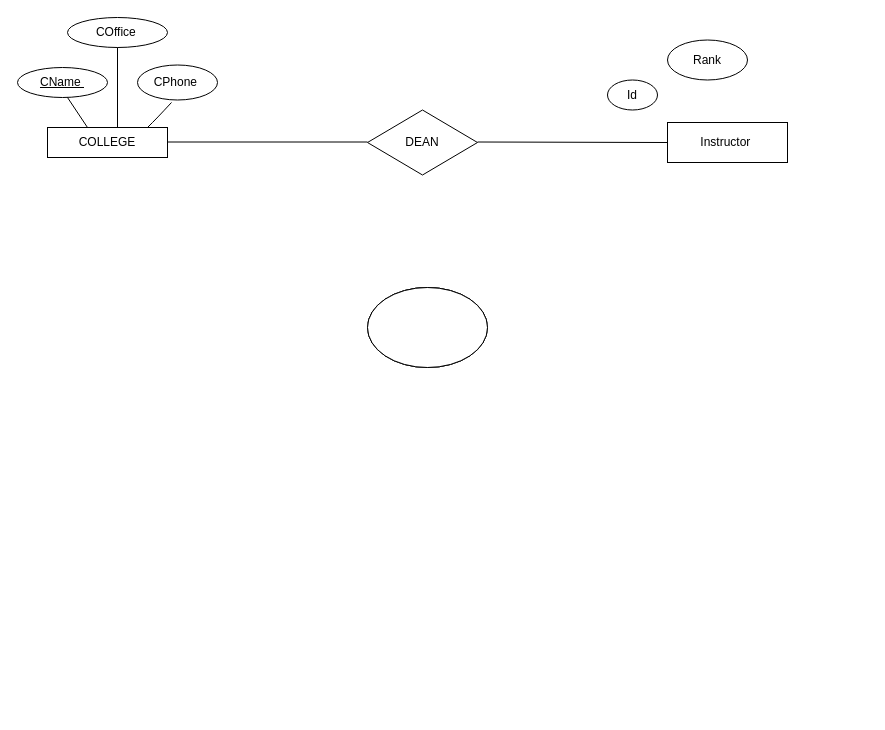
Before: Untitled Diagram.drawio in Nick0422/portfolio, a draw.io diagram. Source tidied: cells renumbered, new cells numbered last; positions are measured from the earlier drawing's top-left corner, leaving out a move shared by most shapes. Both pictures are drawn from the tidied source at 100%, with x=0, y=0 at pixel (17, 17).
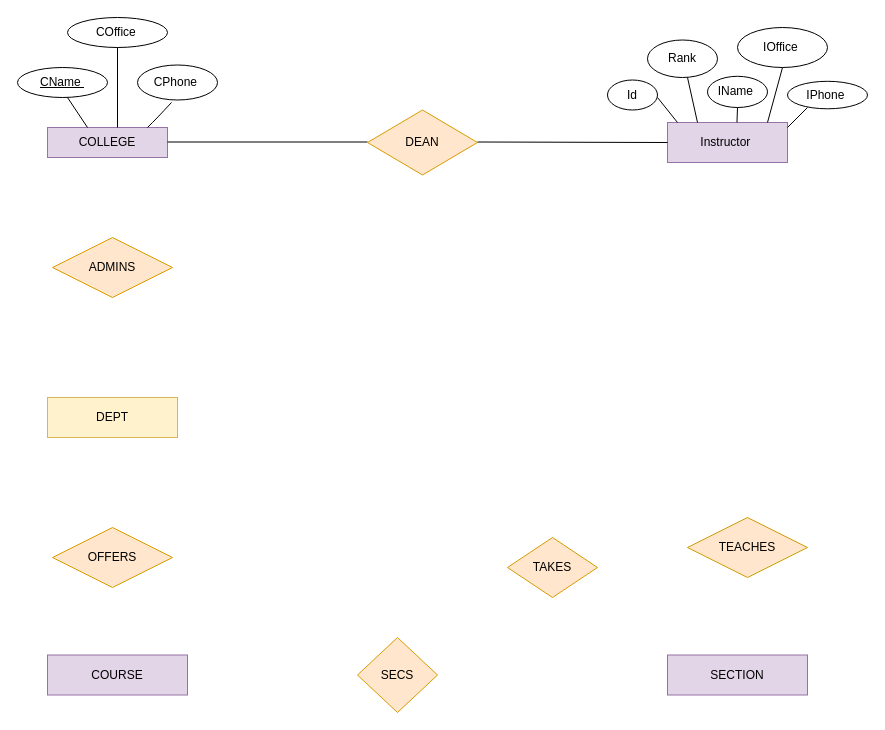
After the change.

What changed in the source:
```diff
@@
-    <mxCell id="6" value="COLLEGE" style="rounded=0;whiteSpace=wrap;html=1;" parent="1" vertex="1">
+    <mxCell id="6" value="COLLEGE" style="rounded=0;whiteSpace=wrap;html=1;fillColor=#e1d5e7;strokeColor=#9673a6;" parent="1" vertex="1">
       <mxGeometry x="30" y="110" width="120" height="30" as="geometry" />
     </mxCell>
@@
-    <mxCell id="11" value="DEAN" style="rhombus;whiteSpace=wrap;html=1;" parent="1" vertex="1">
+    <mxCell id="11" value="DEAN" style="rhombus;whiteSpace=wrap;html=1;fillColor=#ffe6cc;strokeColor=#d79b00;" parent="1" vertex="1">
       <mxGeometry x="350" y="92.5" width="110" height="65" as="geometry" />
     </mxCell>
-    <mxCell id="12" value="Instructor&amp;nbsp;" style="rounded=0;whiteSpace=wrap;html=1;" parent="1" vertex="1">
+    <mxCell id="12" value="Instructor&amp;nbsp;" style="rounded=0;whiteSpace=wrap;html=1;fillColor=#e1d5e7;strokeColor=#9673a6;" parent="1" vertex="1">
       <mxGeometry x="650" y="105" width="120" height="40" as="geometry" />
     </mxCell>
@@
-    <mxCell id="14" style="ellipse;whiteSpace=wrap;html=1;" parent="1" vertex="1">
-      <mxGeometry x="350" y="270" width="120" height="80" as="geometry" />
+    <mxCell id="14" value="IPhone&amp;nbsp;" style="ellipse;whiteSpace=wrap;html=1;" parent="1" vertex="1">
+      <mxGeometry x="770" y="63.8" width="80" height="27.5" as="geometry" />
     </mxCell>
-    <mxCell id="15" style="ellipse;whiteSpace=wrap;html=1;" parent="1" vertex="1">
-      <mxGeometry x="350" y="270" width="120" height="80" as="geometry" />
+    <mxCell id="15" value="IOffice&amp;nbsp;" style="ellipse;whiteSpace=wrap;html=1;" parent="1" vertex="1">
+      <mxGeometry x="720" y="10" width="90" height="40" as="geometry" />
     </mxCell>
-    <mxCell id="16" style="ellipse;whiteSpace=wrap;html=1;" parent="1" vertex="1">
-      <mxGeometry x="350" y="270" width="120" height="80" as="geometry" />
+    <mxCell id="16" value="IName&amp;nbsp;" style="ellipse;whiteSpace=wrap;html=1;" parent="1" vertex="1">
+      <mxGeometry x="690" y="58.8" width="60" height="31.2" as="geometry" />
     </mxCell>
     <mxCell id="17" value="Rank" style="ellipse;whiteSpace=wrap;html=1;" parent="1" vertex="1">
-      <mxGeometry x="650" y="22.5" width="80" height="40" as="geometry" />
+      <mxGeometry x="630" y="22.5" width="70" height="37.5" as="geometry" />
     </mxCell>
@@
+    <mxCell id="19" style="endArrow=none;html=1;" parent="1" edge="1">
+      <mxGeometry relative="1" as="geometry">
+        <mxPoint x="770" y="110" as="sourcePoint" />
+        <mxPoint x="790" y="90" as="targetPoint" />
+      </mxGeometry>
+    </mxCell>
+    <mxCell id="20" style="endArrow=none;html=1;exitX=0.25;exitY=0;exitDx=0;exitDy=0;" parent="1" edge="1" source="12">
+      <mxGeometry relative="1" as="geometry">
+        <mxPoint x="670" y="60" as="targetPoint" />
+      </mxGeometry>
+    </mxCell>
+    <mxCell id="21" style="endArrow=none;html=1;" parent="1" edge="1">
+      <mxGeometry relative="1" as="geometry">
+        <mxPoint x="660" y="105" as="sourcePoint" />
+        <mxPoint x="640" y="80" as="targetPoint" />
+      </mxGeometry>
+    </mxCell>
+    <mxCell id="22" style="endArrow=none;html=1;exitX=0.579;exitY=-0.003;exitDx=0;exitDy=0;exitPerimeter=0;" parent="1" edge="1" source="12">
+      <mxGeometry relative="1" as="geometry">
+        <mxPoint x="720" y="90" as="targetPoint" />
+      </mxGeometry>
+    </mxCell>
+    <mxCell id="23" style="endArrow=none;html=1;entryX=0.5;entryY=1;entryDx=0;entryDy=0;" parent="1" edge="1" target="15">
+      <mxGeometry relative="1" as="geometry">
+        <mxPoint x="750" y="105" as="sourcePoint" />
+      </mxGeometry>
+    </mxCell>
+    <mxCell id="24" value="ADMINS" style="shape=rhombus;perimeter=rhombusPerimeter;whiteSpace=wrap;html=1;align=center;fillColor=#ffe6cc;strokeColor=#d79b00;" parent="1" vertex="1">
+      <mxGeometry x="35" y="220" width="120" height="60" as="geometry" />
+    </mxCell>
+    <mxCell id="25" value="TEACHES" style="shape=rhombus;perimeter=rhombusPerimeter;whiteSpace=wrap;html=1;align=center;fillColor=#ffe6cc;strokeColor=#d79b00;" parent="1" vertex="1">
+      <mxGeometry x="670" y="500" width="120" height="60" as="geometry" />
+    </mxCell>
+    <mxCell id="26" value="OFFERS" style="shape=rhombus;perimeter=rhombusPerimeter;whiteSpace=wrap;html=1;align=center;fillColor=#ffe6cc;strokeColor=#d79b00;" parent="1" vertex="1">
+      <mxGeometry x="35" y="510" width="120" height="60" as="geometry" />
+    </mxCell>
+    <mxCell id="27" value="DEPT" style="rounded=0;whiteSpace=wrap;html=1;fillColor=#fff2cc;strokeColor=#d6b656;" parent="1" vertex="1">
+      <mxGeometry x="30" y="380" width="130" height="40" as="geometry" />
+    </mxCell>
+    <mxCell id="28" value="SECS" style="rhombus;whiteSpace=wrap;html=1;rotation=0;fillColor=#ffe6cc;strokeColor=#d79b00;" parent="1" vertex="1">
+      <mxGeometry x="340" y="620" width="80" height="75" as="geometry" />
+    </mxCell>
+    <mxCell id="29" value="COURSE" style="rounded=0;whiteSpace=wrap;html=1;fillColor=#e1d5e7;strokeColor=#9673a6;" parent="1" vertex="1">
+      <mxGeometry x="30" y="637.5" width="140" height="40" as="geometry" />
+    </mxCell>
+    <mxCell id="30" value="SECTION" style="rounded=0;whiteSpace=wrap;html=1;fillColor=#e1d5e7;strokeColor=#9673a6;" parent="1" vertex="1">
+      <mxGeometry x="650" y="637.5" width="140" height="40" as="geometry" />
+    </mxCell>
+    <mxCell id="31" value="TAKES" style="rhombus;whiteSpace=wrap;html=1;fillColor=#ffe6cc;strokeColor=#d79b00;" parent="1" vertex="1">
+      <mxGeometry x="490" y="520" width="90" height="60" as="geometry" />
+    </mxCell>
```
